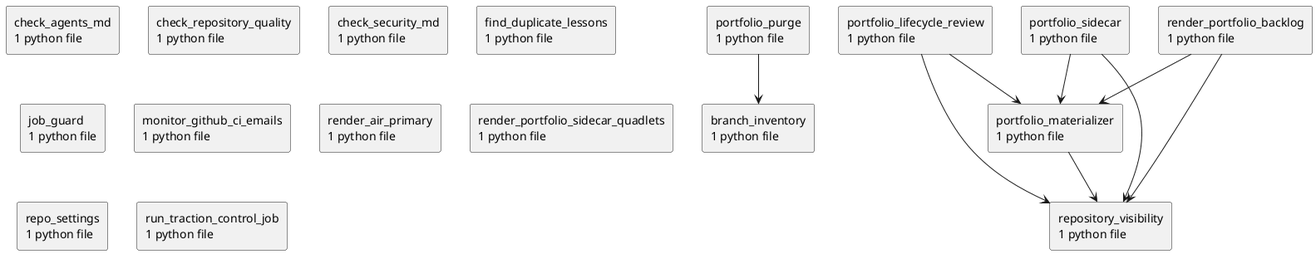
Above: docs/diagrams/python-packages.puml.png in casonk/traction-control (PlantUML), before the change.
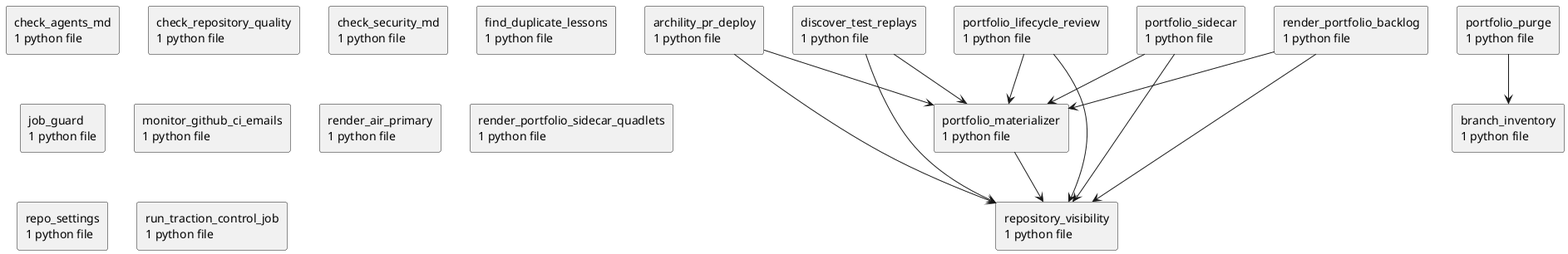
The same diagram one commit later.

The edit, as a diff of the source:
```diff
@@ -1,11 +1,13 @@
-@startuml packages_traction-control
+@startuml packages_checkout
 set namespaceSeparator none
 top to bottom direction
 skinparam componentStyle rectangle
+rectangle "archility_pr_deploy\n1 python file" as archility_pr_deploy
 rectangle "branch_inventory\n1 python file" as branch_inventory
 rectangle "check_agents_md\n1 python file" as check_agents_md
 rectangle "check_repository_quality\n1 python file" as check_repository_quality
 rectangle "check_security_md\n1 python file" as check_security_md
+rectangle "discover_test_replays\n1 python file" as discover_test_replays
 rectangle "find_duplicate_lessons\n1 python file" as find_duplicate_lessons
 rectangle "job_guard\n1 python file" as job_guard
 rectangle "monitor_github_ci_emails\n1 python file" as monitor_github_ci_emails
@@ -19,6 +21,10 @@
 rectangle "repo_settings\n1 python file" as repo_settings
 rectangle "repository_visibility\n1 python file" as repository_visibility
 rectangle "run_traction_control_job\n1 python file" as run_traction_control_job
+archility_pr_deploy --> portfolio_materializer
+archility_pr_deploy --> repository_visibility
+discover_test_replays --> portfolio_materializer
+discover_test_replays --> repository_visibility
 portfolio_lifecycle_review --> portfolio_materializer
 portfolio_lifecycle_review --> repository_visibility
 portfolio_materializer --> repository_visibility
```
